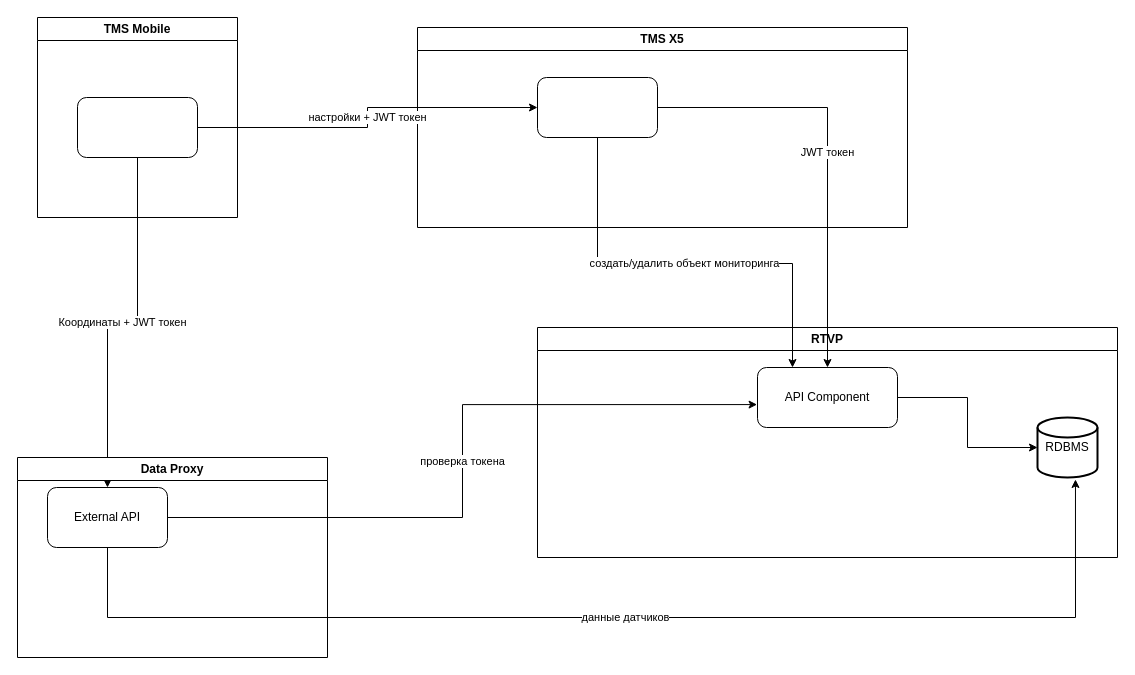
This is page "предлагаемая" (2 of 2) of Untitled Diagram.drawio from andrewmashin/cv, a draw.io file, before an edit. Source tidied: cells renumbered, new cells numbered last; positions are measured from the earlier drawing's top-left corner, leaving out a move shared by most shapes. Both pictures are drawn from the tidied source at 100%, with x=0, y=0 at pixel (17, 17).
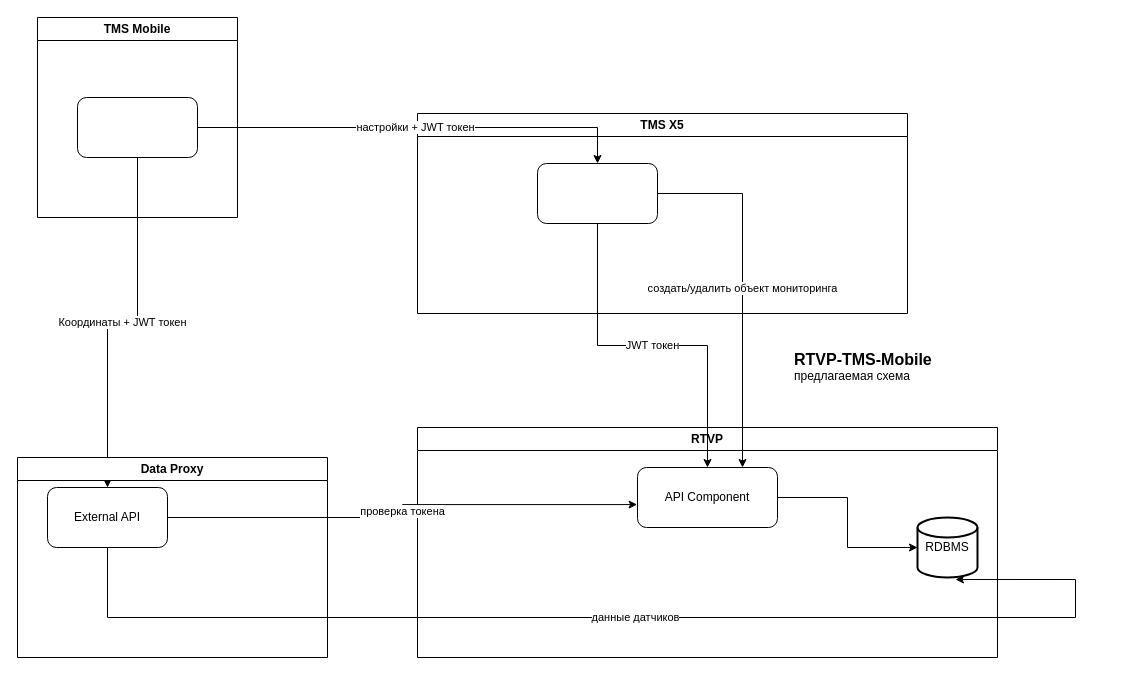
The same diagram, later.

Unchanged cells that the change refers to:
```xml
<mxCell id="5" value="API Component" style="rounded=1;whiteSpace=wrap;html=1;" parent="2" vertex="1">
  <mxGeometry x="220" y="40" width="140" height="60" as="geometry" />
</mxCell>
<mxCell id="7" style="rounded=1;whiteSpace=wrap;html=1;" parent="6" vertex="1">
  <mxGeometry x="120" y="50" width="120" height="60" as="geometry" />
</mxCell>
```

The edit, as a diff of the source:
```diff
@@
     <mxCell id="2" value="RTVP" style="swimlane;whiteSpace=wrap;html=1;" parent="1" vertex="1">
-      <mxGeometry x="520" y="310" width="580" height="230" as="geometry" />
+      <mxGeometry x="400" y="410" width="580" height="230" as="geometry" />
     </mxCell>
@@
     <mxCell id="6" value="TMS X5" style="swimlane;whiteSpace=wrap;html=1;" parent="1" vertex="1">
-      <mxGeometry x="400" y="10" width="490" height="200" as="geometry" />
+      <mxGeometry x="400" y="96" width="490" height="200" as="geometry" />
     </mxCell>
@@
-    <mxCell id="17" value="создать/удалить объект мониторинга" style="edgeStyle=orthogonalEdgeStyle;rounded=0;jettySize=auto;html=1;entryX=0.25;entryY=0;entryDx=0;entryDy=0;" parent="1" edge="1" source="7" target="5">
+    <mxCell id="17" value="создать/удалить объект мониторинга" style="edgeStyle=orthogonalEdgeStyle;rounded=0;jettySize=auto;html=1;entryX=0.75;entryY=0;entryDx=0;entryDy=0;exitX=1;exitY=0.5;exitDx=0;exitDy=0;" parent="1" edge="1" source="7" target="5">
       <mxGeometry relative="1" as="geometry">
         <Array as="points">
-          <mxPoint x="580" y="246" />
-          <mxPoint x="775" y="246" />
+          <mxPoint x="725" y="176" />
         </Array>
       </mxGeometry>
     </mxCell>
+    <object id="18" label="&lt;font style=&quot;font-size: 16px&quot;&gt;&lt;b&gt;&lt;div style=&quot;text-align: left&quot;&gt;%c4Name%&lt;/div&gt;&lt;/b&gt;&lt;/font&gt;&lt;div style=&quot;text-align: left&quot;&gt;%c4Description%&lt;/div&gt;" c4Description="предлагаемая схема" c4Name="RTVP-TMS-Mobile" placeholders="1">
+      <mxCell style="text;html=1;strokeColor=none;fillColor=none;align=left;verticalAlign=top;whiteSpace=wrap;rounded=0;" parent="1" vertex="1">
+        <mxGeometry x="775" y="326" width="260" height="40" as="geometry" />
+      </mxCell>
+    </object>
```
